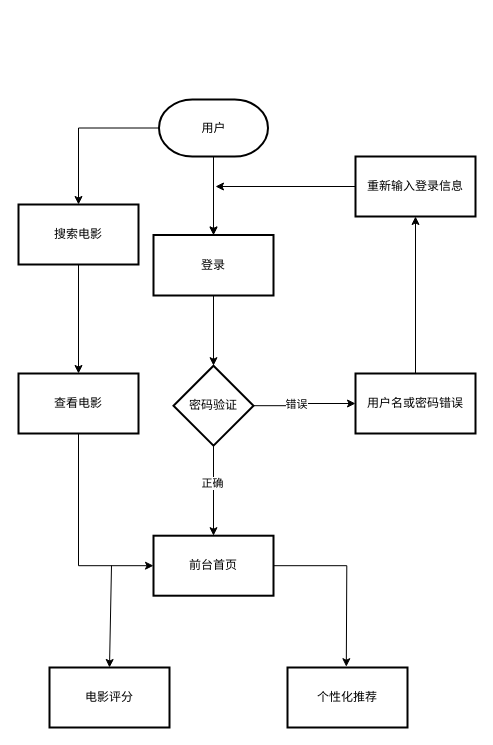
The draw.io diagram page "第 7 页" (7 of 9) of 未命名绘图.drawio in bcxdawn222/Bank, before the edit. Source tidied: cells renumbered, new cells numbered last; positions are measured from the earlier drawing's top-left corner, leaving out a move shared by most shapes. Both pictures are drawn from the tidied source at 100%, with x=0, y=0 at pixel (18, 99).
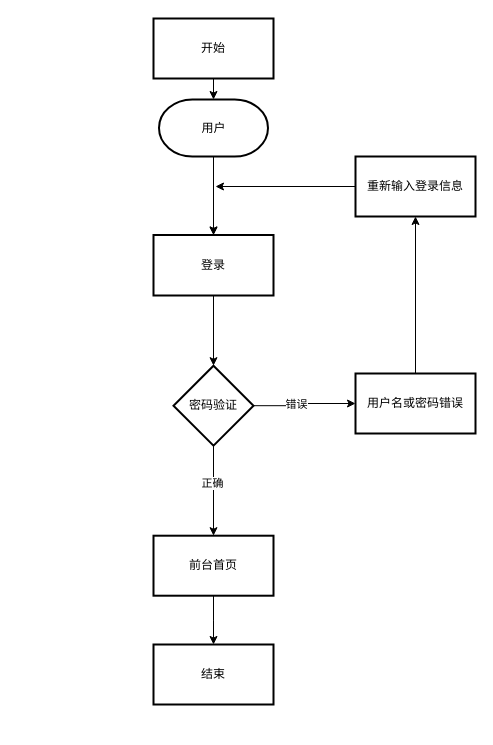
The same page after the edit.

Commit message:
更新未命名绘图.drawio

The change refers to these unchanged cells:
```xml
<mxCell id="18" value="前台首页" style="whiteSpace=wrap;html=1;strokeWidth=2;fontFamily=宋体;" parent="1" vertex="1">
  <mxGeometry x="135" y="436.2" width="120" height="60" as="geometry" />
</mxCell>
```

The edit, as a diff of the source:
```diff
@@
-    <mxCell id="3" style="edgeStyle=orthogonalEdgeStyle;rounded=0;jettySize=auto;html=1;exitX=0;exitY=0.5;exitDx=0;exitDy=0;exitPerimeter=0;entryX=0.5;entryY=0;entryDx=0;entryDy=0;fontFamily=宋体;" parent="1" edge="1" source="5" target="21">
-      <mxGeometry relative="1" as="geometry" />
-    </mxCell>
@@
-    <mxCell id="5" value="用户" style="strokeWidth=2;html=1;shape=mxgraph.flowchart.terminator;whiteSpace=wrap;fontFamily=宋体;" parent="1" vertex="1">
+    <mxCell id="5" value="&lt;font face=&quot;宋体&quot;&gt;用户&lt;/font&gt;" style="strokeWidth=2;html=1;shape=mxgraph.flowchart.terminator;whiteSpace=wrap;fontFamily=宋体;" parent="1" vertex="1">
       <mxGeometry x="140.5" width="109" height="57" as="geometry" />
     </mxCell>
@@
-    <mxCell id="17" style="edgeStyle=orthogonalEdgeStyle;rounded=0;jettySize=auto;html=1;exitX=1;exitY=0.5;exitDx=0;exitDy=0;fontFamily=宋体;" parent="1" edge="1" source="18">
-      <mxGeometry relative="1" as="geometry">
-        <mxPoint x="327.8" y="567.2" as="targetPoint" />
-      </mxGeometry>
-    </mxCell>
+    <mxCell id="26" style="edgeStyle=orthogonalEdgeStyle;rounded=0;jettySize=auto;html=1;exitX=0.5;exitY=1;exitDx=0;exitDy=0;" parent="1" edge="1" source="18">
+      <mxGeometry relative="1" as="geometry">
+        <mxPoint x="195" y="545" as="targetPoint" />
+      </mxGeometry>
+    </mxCell>
@@
-    <mxCell id="19" value="个性化推荐" style="rounded=0;whiteSpace=wrap;html=1;fontFamily=宋体;strokeWidth=2;" parent="1" vertex="1">
-      <mxGeometry x="269" y="568" width="120" height="60" as="geometry" />
-    </mxCell>
-    <mxCell id="20" style="edgeStyle=orthogonalEdgeStyle;rounded=0;jettySize=auto;html=1;entryX=0.5;entryY=0;entryDx=0;entryDy=0;fontFamily=宋体;" parent="1" edge="1" source="21" target="23">
-      <mxGeometry relative="1" as="geometry" />
-    </mxCell>
-    <mxCell id="21" value="搜索电影" style="rounded=0;whiteSpace=wrap;html=1;fontFamily=宋体;strokeWidth=2;" parent="1" vertex="1">
-      <mxGeometry y="105" width="120" height="60" as="geometry" />
-    </mxCell>
-    <mxCell id="22" style="edgeStyle=orthogonalEdgeStyle;rounded=0;jettySize=auto;html=1;exitX=0.5;exitY=1;exitDx=0;exitDy=0;entryX=0;entryY=0.5;entryDx=0;entryDy=0;fontFamily=宋体;" parent="1" edge="1" source="23" target="18">
-      <mxGeometry relative="1" as="geometry">
-        <Array as="points">
-          <mxPoint x="60" y="466" />
-        </Array>
-      </mxGeometry>
-    </mxCell>
-    <mxCell id="23" value="查看电影" style="rounded=0;whiteSpace=wrap;html=1;fontFamily=宋体;strokeWidth=2;" parent="1" vertex="1">
-      <mxGeometry y="274" width="120" height="60" as="geometry" />
-    </mxCell>
-    <mxCell id="24" style="endArrow=classic;html=1;rounded=0;entryX=0.5;entryY=0;entryDx=0;entryDy=0;fontFamily=宋体;" parent="1" edge="1" target="25">
-      <mxGeometry relative="1" as="geometry">
-        <mxPoint x="93" y="466" as="sourcePoint" />
-      </mxGeometry>
-    </mxCell>
-    <mxCell id="25" value="电影评分" style="rounded=0;whiteSpace=wrap;html=1;fontFamily=宋体;strokeWidth=2;" parent="1" vertex="1">
-      <mxGeometry x="31" y="568" width="120" height="60" as="geometry" />
-    </mxCell>
+    <mxCell id="27" value="&lt;font face=&quot;宋体&quot;&gt;开始&lt;/font&gt;" style="rounded=0;whiteSpace=wrap;html=1;strokeWidth=2;" parent="1" vertex="1">
+      <mxGeometry x="135" y="-81" width="120" height="60" as="geometry" />
+    </mxCell>
+    <mxCell id="28" style="edgeStyle=orthogonalEdgeStyle;rounded=0;jettySize=auto;html=1;exitX=0.5;exitY=1;exitDx=0;exitDy=0;entryX=0.5;entryY=0;entryDx=0;entryDy=0;entryPerimeter=0;" parent="1" edge="1" source="27" target="5">
+      <mxGeometry relative="1" as="geometry" />
+    </mxCell>
+    <mxCell id="29" value="&lt;font face=&quot;宋体&quot;&gt;结束&lt;/font&gt;" style="rounded=0;whiteSpace=wrap;html=1;strokeWidth=2;" parent="1" vertex="1">
+      <mxGeometry x="135" y="545" width="120" height="60" as="geometry" />
+    </mxCell>
```
